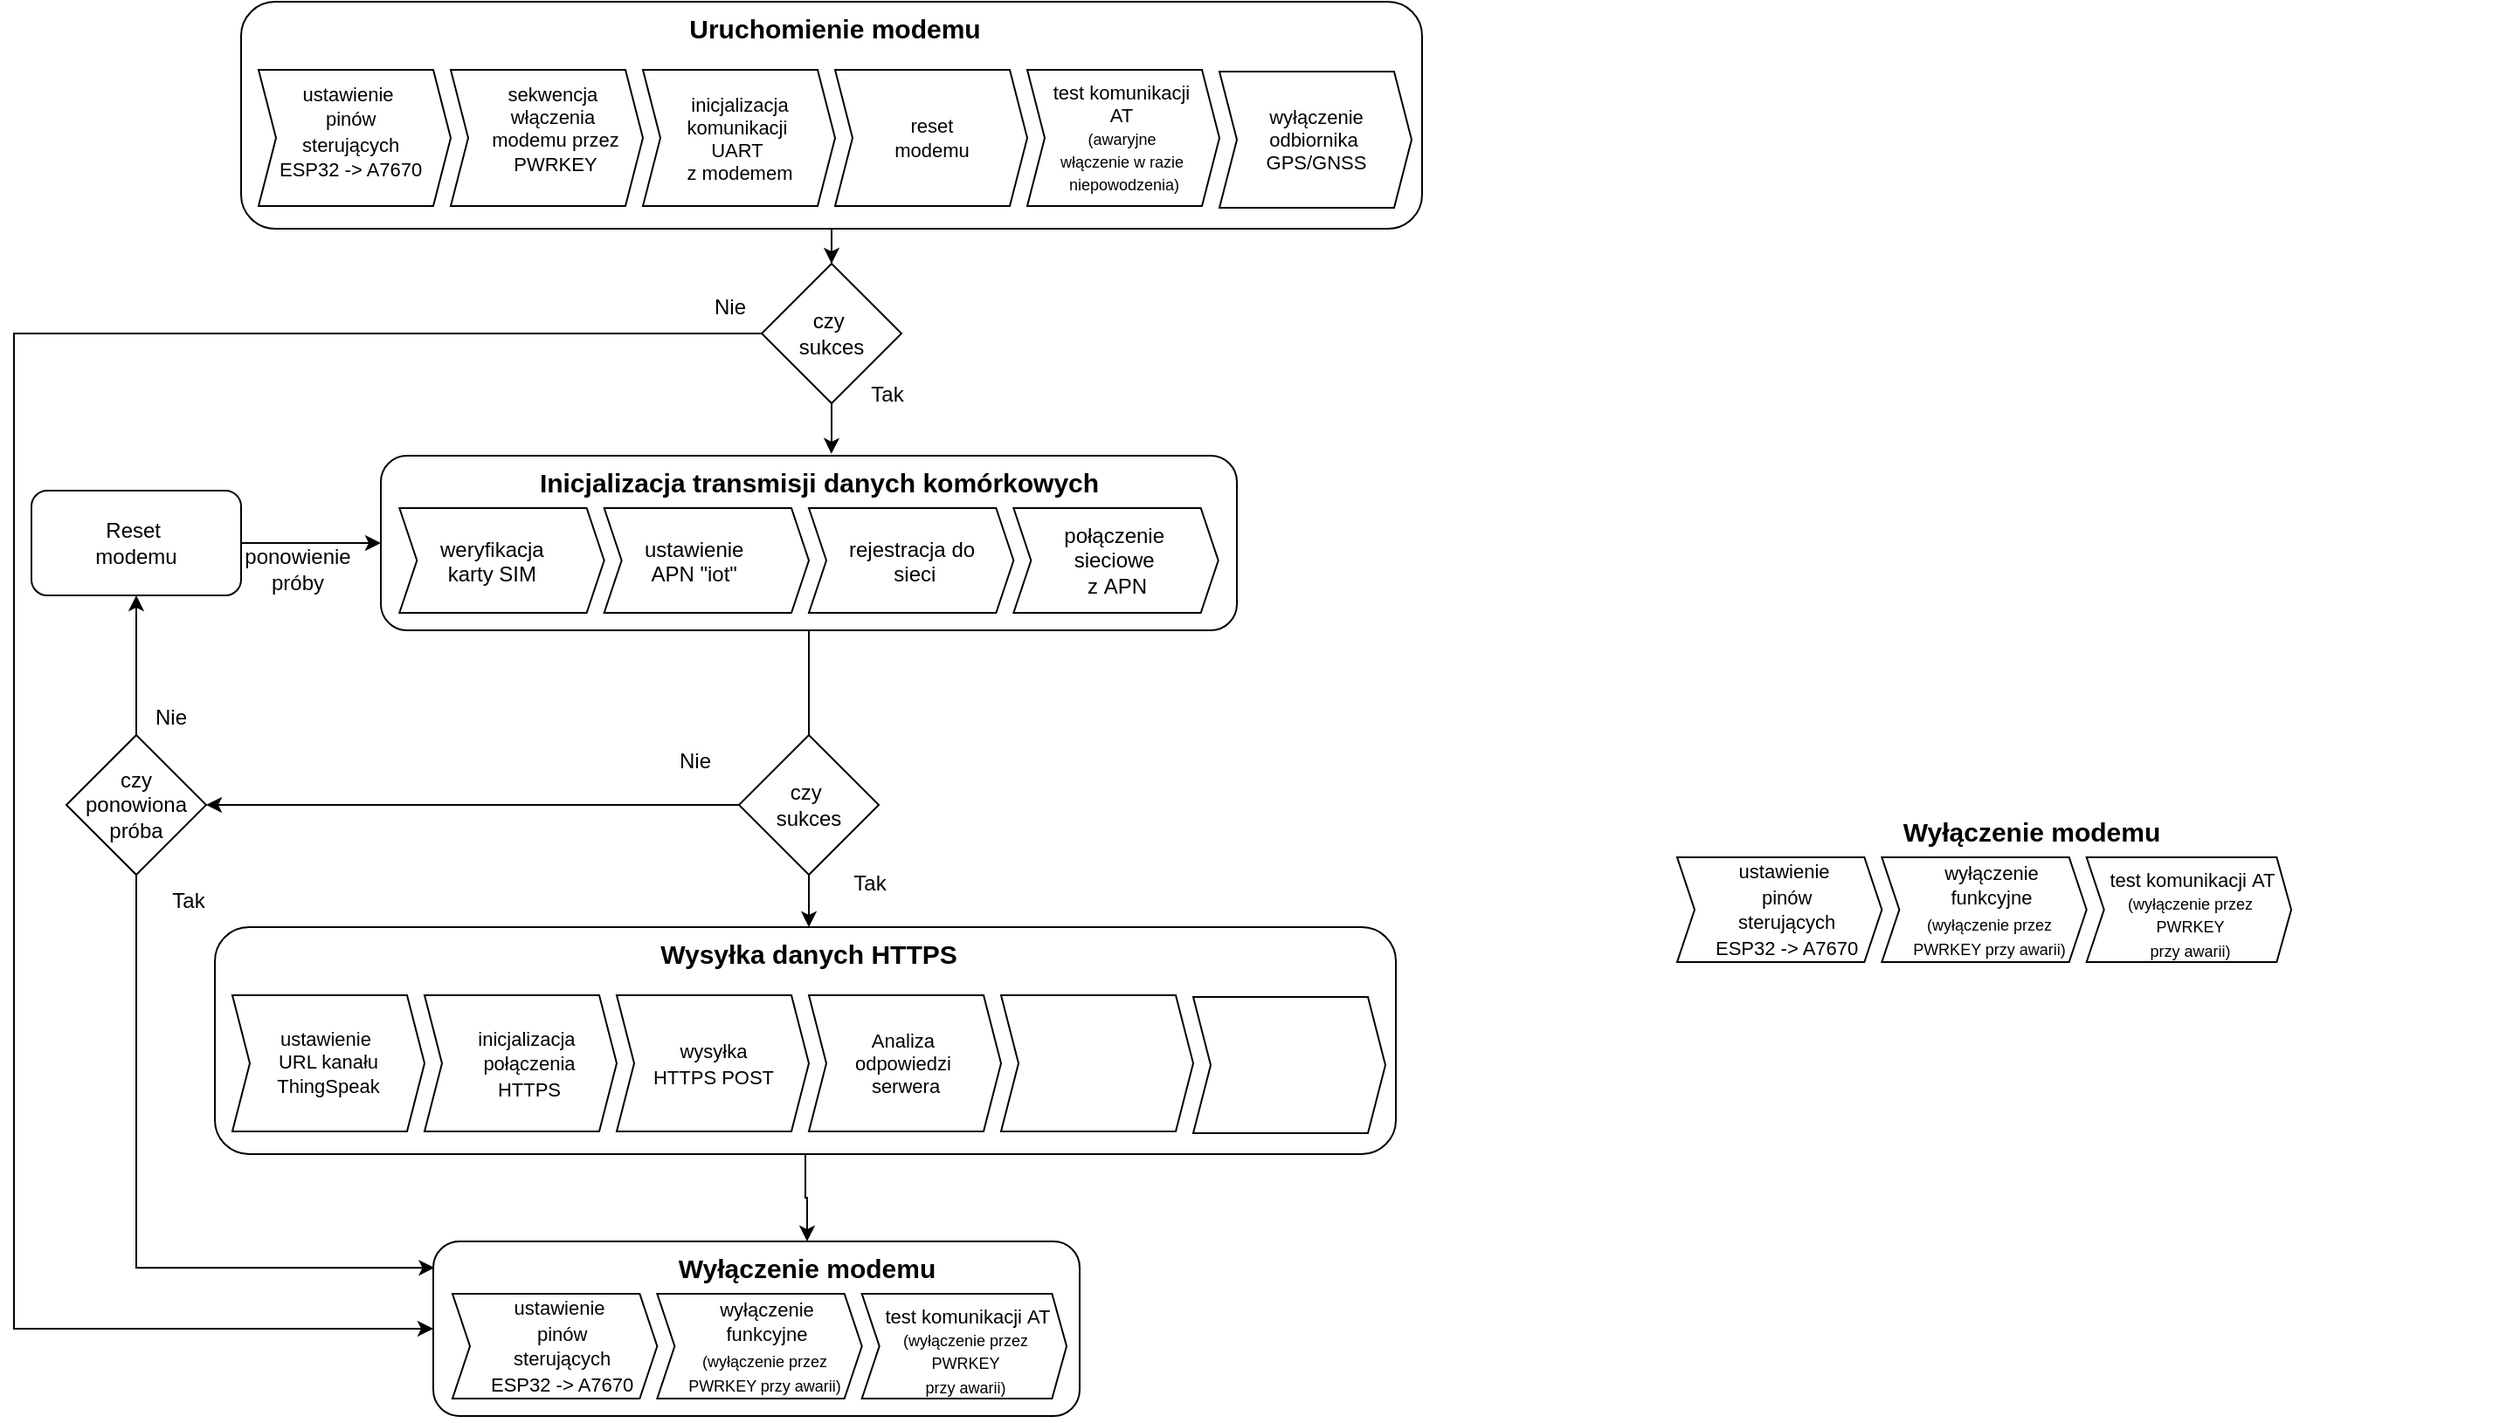
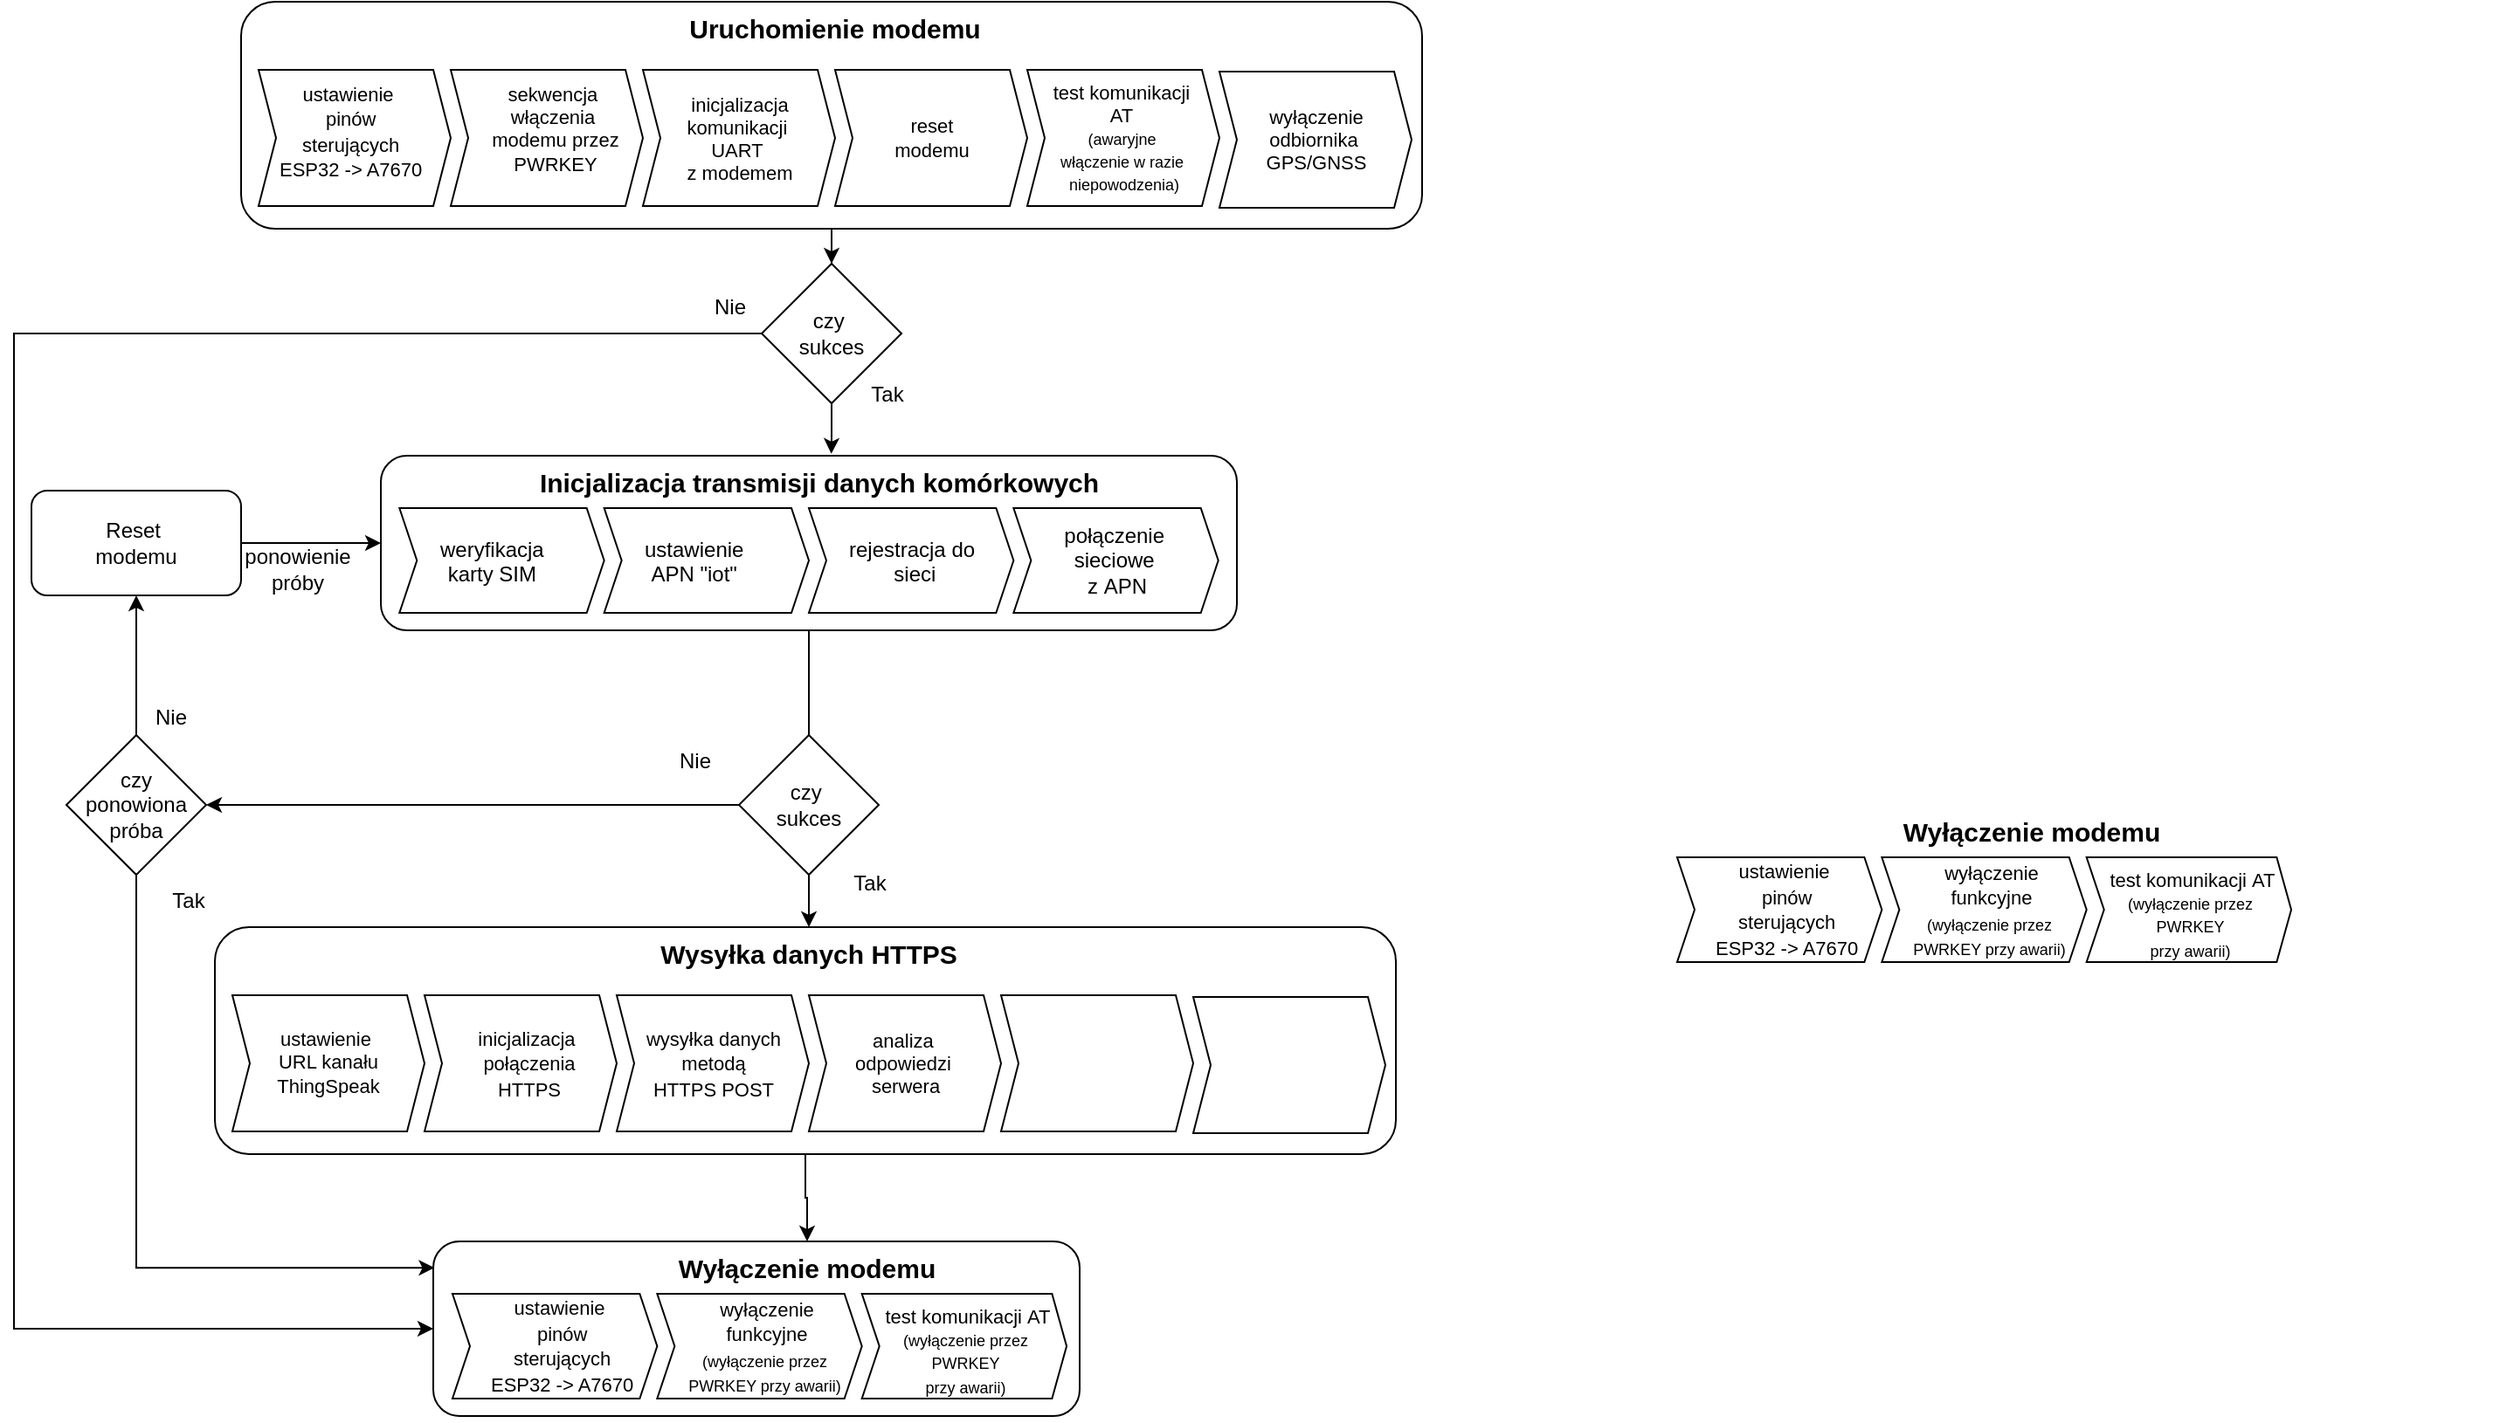
<mxfile host="app.diagrams.net">
  <diagram name="Strona-1" id="qUiWrLwNQSNPpPlMcjFA">
    <mxGraphModel dx="913" dy="1979" grid="1" gridSize="10" guides="1" tooltips="1" connect="1" arrows="1" fold="1" page="1" pageScale="1" pageWidth="827" pageHeight="1169" math="0" shadow="0">
      <root>
        <mxCell id="0" />
        <mxCell id="1" parent="0" />
        <mxCell id="zzqq1YDTvUKB0URQ00NY-44" connectable="0" parent="1" style="group" value="" vertex="1">
          <mxGeometry height="100" width="490.6521739130435" x="650" y="110" as="geometry" />
        </mxCell>
        <mxCell id="zzqq1YDTvUKB0URQ00NY-41" parent="zzqq1YDTvUKB0URQ00NY-44" style="rounded=1;whiteSpace=wrap;html=1;fillColor=none;" value="" vertex="1">
          <mxGeometry height="100" width="490.0000000000001" as="geometry" />
        </mxCell>
        <mxCell id="zzqq1YDTvUKB0URQ00NY-43" connectable="0" parent="zzqq1YDTvUKB0URQ00NY-44" style="group" value="" vertex="1">
          <mxGeometry height="90" width="480" x="10.65217391304348" as="geometry" />
        </mxCell>
        <mxCell id="zzqq1YDTvUKB0URQ00NY-32" parent="zzqq1YDTvUKB0URQ00NY-43" style="html=1;shadow=0;dashed=0;align=center;verticalAlign=middle;shape=mxgraph.arrows2.arrow;dy=0;dx=10;notch=10;" value="" vertex="1">
          <mxGeometry height="60" width="117.17391304347828" y="30" as="geometry" />
        </mxCell>
        <mxCell id="zzqq1YDTvUKB0URQ00NY-34" parent="zzqq1YDTvUKB0URQ00NY-43" style="text;whiteSpace=wrap;html=1;" value="&lt;span style=&quot;caret-color: rgb(0, 0, 0); color: rgb(0, 0, 0); font-family: Helvetica; font-size: 12.000001px; font-style: normal; font-variant-caps: normal; font-weight: 400; letter-spacing: normal; orphans: 2; text-align: center; text-indent: 0px; text-transform: none; white-space: nowrap; widows: 2; word-spacing: 0px; -webkit-text-stroke-width: 0px; text-decoration-line: none; text-decoration-thickness: auto; text-decoration-style: solid;&quot;&gt;weryfikacja&lt;/span&gt;&lt;div style=&quot;caret-color: rgb(0, 0, 0); color: rgb(0, 0, 0); font-family: Helvetica; font-size: 12.000001px; font-style: normal; font-variant-caps: normal; font-weight: 400; letter-spacing: normal; orphans: 2; text-align: center; text-indent: 0px; text-transform: none; white-space: nowrap; widows: 2; word-spacing: 0px; -webkit-text-stroke-width: 0px; text-decoration-line: none; text-decoration-thickness: auto; text-decoration-style: solid;&quot;&gt;karty SIM&lt;/div&gt;" vertex="1">
          <mxGeometry height="50" width="95.86956521739131" x="21.30434782608696" y="40" as="geometry" />
        </mxCell>
        <mxCell id="zzqq1YDTvUKB0URQ00NY-35" parent="zzqq1YDTvUKB0URQ00NY-43" style="html=1;shadow=0;dashed=0;align=center;verticalAlign=middle;shape=mxgraph.arrows2.arrow;dy=0;dx=10;notch=10;" value="" vertex="1">
          <mxGeometry height="60" width="117.17391304347828" x="117.17391304347828" y="30" as="geometry" />
        </mxCell>
        <mxCell id="zzqq1YDTvUKB0URQ00NY-36" parent="zzqq1YDTvUKB0URQ00NY-43" style="text;whiteSpace=wrap;html=1;" value="&lt;div style=&quot;text-align: center;&quot;&gt;&lt;span style=&quot;font-size: 12px; caret-color: rgb(0, 0, 0); text-wrap-mode: nowrap;&quot;&gt;&lt;font color=&quot;#000000&quot;&gt;ustawienie&lt;/font&gt;&lt;/span&gt;&lt;/div&gt;&lt;div style=&quot;text-align: center;&quot;&gt;&lt;span style=&quot;font-size: 12px; caret-color: rgb(0, 0, 0); text-wrap-mode: nowrap;&quot;&gt;&lt;font color=&quot;#000000&quot;&gt;APN&amp;nbsp;&lt;/font&gt;&lt;/span&gt;&lt;span style=&quot;font-size: 12px; white-space: nowrap;&quot;&gt;&quot;iot&quot;&lt;/span&gt;&lt;/div&gt;" vertex="1">
          <mxGeometry height="50" width="95.86956521739131" x="138.47826086956525" y="40" as="geometry" />
        </mxCell>
        <mxCell id="zzqq1YDTvUKB0URQ00NY-37" parent="zzqq1YDTvUKB0URQ00NY-43" style="html=1;shadow=0;dashed=0;align=center;verticalAlign=middle;shape=mxgraph.arrows2.arrow;dy=0;dx=10;notch=10;" value="" vertex="1">
          <mxGeometry height="60" width="117.17391304347828" x="234.34782608695656" y="30" as="geometry" />
        </mxCell>
        <mxCell id="zzqq1YDTvUKB0URQ00NY-38" parent="zzqq1YDTvUKB0URQ00NY-43" style="text;whiteSpace=wrap;html=1;" value="&lt;div style=&quot;text-align: center;&quot;&gt;&lt;span style=&quot;caret-color: rgb(0, 0, 0); text-wrap-mode: nowrap;&quot;&gt;rejestracja do&amp;nbsp;&lt;/span&gt;&lt;/div&gt;&lt;div style=&quot;text-align: center;&quot;&gt;&lt;span style=&quot;caret-color: rgb(0, 0, 0); text-wrap-mode: nowrap;&quot;&gt;sieci&lt;/span&gt;&lt;/div&gt;" vertex="1">
          <mxGeometry height="50" width="95.86956521739131" x="255.6521739130435" y="40" as="geometry" />
        </mxCell>
        <mxCell id="zzqq1YDTvUKB0URQ00NY-39" parent="zzqq1YDTvUKB0URQ00NY-43" style="html=1;shadow=0;dashed=0;align=center;verticalAlign=middle;shape=mxgraph.arrows2.arrow;dy=0;dx=10;notch=10;" value="połączenie&amp;nbsp;&lt;div&gt;sieciowe&amp;nbsp;&lt;/div&gt;&lt;div&gt;z&amp;nbsp;&lt;span style=&quot;font-size: 12px;&quot;&gt;APN&lt;/span&gt;&lt;/div&gt;" vertex="1">
          <mxGeometry height="60" width="117.17391304347828" x="351.52173913043487" y="30" as="geometry" />
        </mxCell>
        <mxCell id="zzqq1YDTvUKB0URQ00NY-42" parent="zzqq1YDTvUKB0URQ00NY-43" style="text;whiteSpace=wrap;html=1;align=center;" value="&lt;div style=&quot;&quot;&gt;&lt;span style=&quot;&quot;&gt;&lt;b&gt;&lt;font style=&quot;font-size: 15px;&quot;&gt;Inicjalizacja transmisji danych komórkowych&lt;/font&gt;&lt;/b&gt;&lt;/span&gt;&lt;br&gt;&lt;/div&gt;" vertex="1">
          <mxGeometry height="50" width="480" as="geometry" />
        </mxCell>
        <mxCell id="zzqq1YDTvUKB0URQ00NY-64" connectable="0" parent="1" style="group" value="" vertex="1">
          <mxGeometry height="130" width="680" x="570" y="-150" as="geometry" />
        </mxCell>
        <mxCell id="zzqq1YDTvUKB0URQ00NY-47" parent="zzqq1YDTvUKB0URQ00NY-64" style="rounded=1;whiteSpace=wrap;html=1;fillColor=none;" value="" vertex="1">
          <mxGeometry height="130" width="676" as="geometry" />
        </mxCell>
        <mxCell id="zzqq1YDTvUKB0URQ00NY-63" connectable="0" parent="zzqq1YDTvUKB0URQ00NY-64" style="group" value="" vertex="1">
          <mxGeometry height="118" width="670" x="10" as="geometry" />
        </mxCell>
        <mxCell id="zzqq1YDTvUKB0URQ00NY-48" connectable="0" parent="zzqq1YDTvUKB0URQ00NY-63" style="group" value="" vertex="1">
          <mxGeometry height="117" width="670" as="geometry" />
        </mxCell>
        <mxCell id="zzqq1YDTvUKB0URQ00NY-49" parent="zzqq1YDTvUKB0URQ00NY-48" style="html=1;shadow=0;dashed=0;align=center;verticalAlign=middle;shape=mxgraph.arrows2.arrow;dy=0;dx=10;notch=10;" value="" vertex="1">
          <mxGeometry height="78" width="110" y="39" as="geometry" />
        </mxCell>
        <mxCell id="zzqq1YDTvUKB0URQ00NY-51" parent="zzqq1YDTvUKB0URQ00NY-48" style="html=1;shadow=0;dashed=0;align=center;verticalAlign=middle;shape=mxgraph.arrows2.arrow;dy=0;dx=10;notch=10;" value="" vertex="1">
          <mxGeometry height="78" width="110" x="110" y="39" as="geometry" />
        </mxCell>
        <mxCell id="zzqq1YDTvUKB0URQ00NY-52" parent="zzqq1YDTvUKB0URQ00NY-48" style="text;whiteSpace=wrap;html=1;fontSize=11;align=center;" value="&lt;div style=&quot;&quot;&gt;&lt;span style=&quot;caret-color: rgb(0, 0, 0); text-wrap-mode: nowrap;&quot;&gt;sekwencja&amp;nbsp;&lt;/span&gt;&lt;/div&gt;&lt;div style=&quot;&quot;&gt;&lt;span style=&quot;caret-color: rgb(0, 0, 0); text-wrap-mode: nowrap;&quot;&gt;włączenia&amp;nbsp;&lt;/span&gt;&lt;/div&gt;&lt;div style=&quot;&quot;&gt;&lt;span style=&quot;caret-color: rgb(0, 0, 0); text-wrap-mode: nowrap;&quot;&gt;modemu przez&lt;/span&gt;&lt;/div&gt;&lt;div style=&quot;&quot;&gt;&lt;span style=&quot;caret-color: rgb(0, 0, 0); text-wrap-mode: nowrap;&quot;&gt;PWRKEY&lt;/span&gt;&lt;/div&gt;&lt;div style=&quot;&quot;&gt;&lt;span style=&quot;caret-color: rgb(0, 0, 0); text-wrap-mode: nowrap;&quot;&gt;&lt;br&gt;&lt;/span&gt;&lt;/div&gt;&lt;div style=&quot;&quot;&gt;&lt;br&gt;&lt;/div&gt;" vertex="1">
          <mxGeometry height="77" width="120" x="110" y="40" as="geometry" />
        </mxCell>
        <mxCell id="zzqq1YDTvUKB0URQ00NY-53" parent="zzqq1YDTvUKB0URQ00NY-48" style="html=1;shadow=0;dashed=0;align=center;verticalAlign=middle;shape=mxgraph.arrows2.arrow;dy=0;dx=10;notch=10;" value="&lt;span style=&quot;font-size: 11px; float: none; display: inline !important; caret-color: rgb(0, 0, 0); color: rgb(0, 0, 0); text-decoration-color: currentcolor;&quot;&gt;inicjalizacja&lt;/span&gt;&lt;div style=&quot;font-size: 11px; white-space: normal; caret-color: rgb(0, 0, 0); color: rgb(0, 0, 0);&quot;&gt;&lt;span style=&quot;text-wrap-mode: nowrap;&quot;&gt;komunikacji&amp;nbsp;&lt;/span&gt;&lt;/div&gt;&lt;div style=&quot;font-size: 11px; white-space: normal; caret-color: rgb(0, 0, 0); color: rgb(0, 0, 0);&quot;&gt;&lt;span style=&quot;text-wrap-mode: nowrap;&quot;&gt;UART&amp;nbsp;&lt;/span&gt;&lt;/div&gt;&lt;div style=&quot;font-size: 11px; white-space: normal; caret-color: rgb(0, 0, 0); color: rgb(0, 0, 0);&quot;&gt;&lt;span style=&quot;text-wrap-mode: nowrap;&quot;&gt;z modemem&lt;/span&gt;&lt;/div&gt;" vertex="1">
          <mxGeometry height="78" width="110" x="220" y="39" as="geometry" />
        </mxCell>
        <mxCell id="zzqq1YDTvUKB0URQ00NY-55" parent="zzqq1YDTvUKB0URQ00NY-48" style="html=1;shadow=0;dashed=0;align=center;verticalAlign=middle;shape=mxgraph.arrows2.arrow;dy=0;dx=10;notch=10;fontSize=11;labelBackgroundColor=none;" value="reset&lt;div&gt;modemu&lt;/div&gt;" vertex="1">
          <mxGeometry height="78" width="110" x="330" y="39" as="geometry" />
        </mxCell>
        <mxCell id="zzqq1YDTvUKB0URQ00NY-56" parent="zzqq1YDTvUKB0URQ00NY-48" style="text;whiteSpace=wrap;html=1;align=center;" value="&lt;div style=&quot;&quot;&gt;&lt;b&gt;&lt;font style=&quot;font-size: 15px;&quot;&gt;Uruchomienie modemu&lt;/font&gt;&lt;/b&gt;&lt;/div&gt;" vertex="1">
          <mxGeometry height="65" width="680" x="-10" as="geometry" />
        </mxCell>
        <mxCell id="zzqq1YDTvUKB0URQ00NY-50" parent="zzqq1YDTvUKB0URQ00NY-48" style="text;whiteSpace=wrap;html=1;" value="&lt;div style=&quot;text-align: center;&quot;&gt;&lt;span style=&quot;text-wrap-mode: nowrap;&quot;&gt;&lt;font style=&quot;font-size: 11px;&quot;&gt;ustawienie&amp;nbsp;&lt;/font&gt;&lt;/span&gt;&lt;/div&gt;&lt;div style=&quot;text-align: center;&quot;&gt;&lt;span style=&quot;text-wrap-mode: nowrap;&quot;&gt;&lt;font style=&quot;font-size: 11px;&quot;&gt;pinów&lt;/font&gt;&lt;/span&gt;&lt;/div&gt;&lt;div style=&quot;text-align: center;&quot;&gt;&lt;span style=&quot;text-wrap-mode: nowrap;&quot;&gt;&lt;font style=&quot;font-size: 11px;&quot;&gt;&amp;nbsp;sterujących&amp;nbsp;&lt;/font&gt;&lt;/span&gt;&lt;/div&gt;&lt;div style=&quot;text-align: center;&quot;&gt;&lt;span style=&quot;font-size: 11px; text-wrap-mode: nowrap;&quot;&gt;ESP32 -&amp;gt; A7670&lt;/span&gt;&lt;/div&gt;&lt;div style=&quot;text-align: center;&quot;&gt;&lt;span style=&quot;text-wrap-mode: nowrap;&quot;&gt;&lt;br&gt;&lt;/span&gt;&lt;/div&gt;" vertex="1">
          <mxGeometry height="65" width="90" x="10" y="39" as="geometry" />
        </mxCell>
        <mxCell id="zzqq1YDTvUKB0URQ00NY-58" parent="zzqq1YDTvUKB0URQ00NY-63" style="html=1;shadow=0;dashed=0;align=center;verticalAlign=middle;shape=mxgraph.arrows2.arrow;dy=0;dx=10;notch=10;fontSize=11;" value="test komunikacji&amp;nbsp;&lt;div&gt;AT&amp;nbsp;&lt;div&gt;&lt;font style=&quot;font-size: 9px;&quot;&gt;(awaryjne&amp;nbsp;&lt;/font&gt;&lt;/div&gt;&lt;div&gt;&lt;font style=&quot;font-size: 9px;&quot;&gt;włączenie w razie&amp;nbsp;&lt;/font&gt;&lt;/div&gt;&lt;div&gt;&lt;font style=&quot;font-size: 9px;&quot;&gt;niepowodzenia)&lt;/font&gt;&lt;/div&gt;&lt;/div&gt;" vertex="1">
          <mxGeometry height="78" width="110" x="440" y="39" as="geometry" />
        </mxCell>
        <mxCell id="zzqq1YDTvUKB0URQ00NY-59" parent="zzqq1YDTvUKB0URQ00NY-63" style="html=1;shadow=0;dashed=0;align=center;verticalAlign=middle;shape=mxgraph.arrows2.arrow;dy=0;dx=10;notch=10;fontSize=11;" value="wyłączenie&lt;div&gt;odbiornika&amp;nbsp;&lt;/div&gt;&lt;div&gt;GPS/GNSS&lt;/div&gt;" vertex="1">
          <mxGeometry height="78" width="110" x="550" y="40" as="geometry" />
        </mxCell>
        <mxCell id="zzqq1YDTvUKB0URQ00NY-69" edge="1" parent="1" source="zzqq1YDTvUKB0URQ00NY-65" style="edgeStyle=orthogonalEdgeStyle;rounded=0;orthogonalLoop=1;jettySize=auto;html=1;fontSize=13;entryX=0.515;entryY=-0.022;entryDx=0;entryDy=0;entryPerimeter=0;" target="zzqq1YDTvUKB0URQ00NY-42" value="">
          <mxGeometry relative="1" as="geometry" />
        </mxCell>
        <mxCell id="zzqq1YDTvUKB0URQ00NY-126" edge="1" parent="1" source="zzqq1YDTvUKB0URQ00NY-65" style="edgeStyle=orthogonalEdgeStyle;rounded=0;orthogonalLoop=1;jettySize=auto;html=1;entryX=0;entryY=0.5;entryDx=0;entryDy=0;" target="zzqq1YDTvUKB0URQ00NY-73">
          <mxGeometry relative="1" as="geometry">
            <Array as="points">
              <mxPoint x="440" y="40" />
              <mxPoint x="440" y="610" />
            </Array>
            <mxPoint x="430" y="730" as="targetPoint" />
          </mxGeometry>
        </mxCell>
        <mxCell id="zzqq1YDTvUKB0URQ00NY-65" parent="1" style="rhombus;whiteSpace=wrap;html=1;" value="czy&amp;nbsp;&lt;div&gt;sukces&lt;/div&gt;" vertex="1">
          <mxGeometry height="80" width="80" x="868" as="geometry" />
        </mxCell>
        <mxCell id="zzqq1YDTvUKB0URQ00NY-66" parent="1" style="text;html=1;whiteSpace=wrap;strokeColor=none;fillColor=none;align=center;verticalAlign=middle;rounded=0;" value="Nie" vertex="1">
          <mxGeometry height="30" width="60" x="820" y="10" as="geometry" />
        </mxCell>
        <mxCell id="zzqq1YDTvUKB0URQ00NY-94" parent="1" style="text;html=1;whiteSpace=wrap;strokeColor=none;fillColor=none;align=center;verticalAlign=middle;rounded=0;" value="Tak" vertex="1">
          <mxGeometry height="30" width="60" x="910" y="60" as="geometry" />
        </mxCell>
        <mxCell id="zzqq1YDTvUKB0URQ00NY-95" connectable="0" parent="1" style="group" value="" vertex="1">
          <mxGeometry height="140" width="680" x="555" y="380" as="geometry" />
        </mxCell>
        <mxCell id="zzqq1YDTvUKB0URQ00NY-96" parent="zzqq1YDTvUKB0URQ00NY-95" style="rounded=1;whiteSpace=wrap;html=1;fillColor=none;" value="" vertex="1">
          <mxGeometry height="130" width="676" as="geometry" />
        </mxCell>
        <mxCell id="zzqq1YDTvUKB0URQ00NY-97" connectable="0" parent="zzqq1YDTvUKB0URQ00NY-95" style="group" value="" vertex="1">
          <mxGeometry height="140" width="670" x="10" as="geometry" />
        </mxCell>
        <mxCell id="zzqq1YDTvUKB0URQ00NY-98" connectable="0" parent="zzqq1YDTvUKB0URQ00NY-97" style="group" value="" vertex="1">
          <mxGeometry height="140" width="670" as="geometry" />
        </mxCell>
        <mxCell id="zzqq1YDTvUKB0URQ00NY-99" parent="zzqq1YDTvUKB0URQ00NY-98" style="html=1;shadow=0;dashed=0;align=center;verticalAlign=middle;shape=mxgraph.arrows2.arrow;dy=0;dx=10;notch=10;" value="" vertex="1">
          <mxGeometry height="78" width="110" y="39" as="geometry" />
        </mxCell>
        <mxCell id="zzqq1YDTvUKB0URQ00NY-100" parent="zzqq1YDTvUKB0URQ00NY-98" style="html=1;shadow=0;dashed=0;align=center;verticalAlign=middle;shape=mxgraph.arrows2.arrow;dy=0;dx=10;notch=10;" value="" vertex="1">
          <mxGeometry height="78" width="110" x="110" y="39" as="geometry" />
        </mxCell>
        <mxCell id="zzqq1YDTvUKB0URQ00NY-101" parent="zzqq1YDTvUKB0URQ00NY-98" style="text;whiteSpace=wrap;html=1;fontSize=11;align=center;" value="&lt;div style=&quot;&quot;&gt;&lt;div style=&quot;font-size: 12.000001px;&quot;&gt;&lt;span style=&quot;font-size: 11px; text-wrap-mode: nowrap;&quot;&gt;inicjalizacja&lt;/span&gt;&lt;span style=&quot;font-size: 11px; white-space: nowrap;&quot;&gt;&amp;nbsp;&lt;/span&gt;&lt;/div&gt;&lt;div style=&quot;font-size: 12.000001px;&quot;&gt;&lt;span style=&quot;font-size: 11px; white-space: nowrap;&quot;&gt;połączenia&lt;/span&gt;&lt;/div&gt;&lt;div style=&quot;font-size: 12.000001px;&quot;&gt;&lt;span style=&quot;font-size: 11px; white-space: nowrap;&quot;&gt;HTTPS&lt;/span&gt;&lt;/div&gt;&lt;/div&gt;" vertex="1">
          <mxGeometry height="90" width="120" x="110" y="50" as="geometry" />
        </mxCell>
-         <mxCell id="zzqq1YDTvUKB0URQ00NY-102" parent="zzqq1YDTvUKB0URQ00NY-98" style="html=1;shadow=0;dashed=0;align=center;verticalAlign=middle;shape=mxgraph.arrows2.arrow;dy=0;dx=10;notch=10;" value="&lt;font color=&quot;#000000&quot;&gt;&lt;span style=&quot;caret-color: rgb(0, 0, 0); font-size: 11px;&quot;&gt;wysyłka&lt;/span&gt;&lt;/font&gt;&lt;div&gt;&lt;font color=&quot;#000000&quot;&gt;&lt;span style=&quot;caret-color: rgb(0, 0, 0); font-size: 11px;&quot;&gt;HTTPS POST&lt;/span&gt;&lt;/font&gt;&lt;/div&gt;" vertex="1">
+         <mxCell id="zzqq1YDTvUKB0URQ00NY-102" parent="zzqq1YDTvUKB0URQ00NY-98" style="html=1;shadow=0;dashed=0;align=center;verticalAlign=middle;shape=mxgraph.arrows2.arrow;dy=0;dx=10;notch=10;" value="&lt;font color=&quot;#000000&quot;&gt;&lt;span style=&quot;caret-color: rgb(0, 0, 0); font-size: 11px;&quot;&gt;wysyłka danych&lt;/span&gt;&lt;/font&gt;&lt;div&gt;&lt;span style=&quot;caret-color: rgb(0, 0, 0); font-size: 11px;&quot;&gt;metodą&lt;br&gt;&lt;/span&gt;&lt;div&gt;&lt;font color=&quot;#000000&quot;&gt;&lt;span style=&quot;caret-color: rgb(0, 0, 0); font-size: 11px;&quot;&gt;HTTPS POST&lt;/span&gt;&lt;/font&gt;&lt;/div&gt;&lt;/div&gt;" vertex="1">
          <mxGeometry height="78" width="110" x="220" y="39" as="geometry" />
        </mxCell>
-         <mxCell id="zzqq1YDTvUKB0URQ00NY-103" parent="zzqq1YDTvUKB0URQ00NY-98" style="html=1;shadow=0;dashed=0;align=center;verticalAlign=middle;shape=mxgraph.arrows2.arrow;dy=0;dx=10;notch=10;fontSize=11;labelBackgroundColor=none;" value="Analiza&amp;nbsp;&lt;div&gt;odpowiedzi&amp;nbsp;&lt;/div&gt;&lt;div&gt;serwera&lt;/div&gt;" vertex="1">
+         <mxCell id="zzqq1YDTvUKB0URQ00NY-103" parent="zzqq1YDTvUKB0URQ00NY-98" style="html=1;shadow=0;dashed=0;align=center;verticalAlign=middle;shape=mxgraph.arrows2.arrow;dy=0;dx=10;notch=10;fontSize=11;labelBackgroundColor=none;" value="analiza&amp;nbsp;&lt;div&gt;odpowiedzi&amp;nbsp;&lt;/div&gt;&lt;div&gt;serwera&lt;/div&gt;" vertex="1">
          <mxGeometry height="78" width="110" x="330" y="39" as="geometry" />
        </mxCell>
        <mxCell id="zzqq1YDTvUKB0URQ00NY-104" parent="zzqq1YDTvUKB0URQ00NY-98" style="text;whiteSpace=wrap;html=1;align=center;" value="&lt;div style=&quot;&quot;&gt;&lt;b&gt;&lt;font style=&quot;font-size: 15px;&quot;&gt;Wysyłka danych HTTPS&lt;/font&gt;&lt;/b&gt;&lt;/div&gt;" vertex="1">
          <mxGeometry height="65" width="680" x="-10" as="geometry" />
        </mxCell>
        <mxCell id="zzqq1YDTvUKB0URQ00NY-105" parent="zzqq1YDTvUKB0URQ00NY-98" style="text;whiteSpace=wrap;html=1;align=center;" value="&lt;div style=&quot;&quot;&gt;&lt;span style=&quot;font-size: 11px; white-space: nowrap;&quot;&gt;ustawienie&amp;nbsp;&lt;/span&gt;&lt;br&gt;&lt;/div&gt;&lt;div style=&quot;font-size: 11px;&quot;&gt;&lt;span style=&quot;white-space: nowrap;&quot;&gt;URL kanału&lt;/span&gt;&lt;br&gt;&lt;/div&gt;&lt;div style=&quot;font-size: 11px;&quot;&gt;&lt;span style=&quot;white-space: nowrap;&quot;&gt;ThingSpeak&lt;/span&gt;&lt;/div&gt;" vertex="1">
          <mxGeometry height="70" width="150" x="-20" y="50" as="geometry" />
        </mxCell>
        <mxCell id="zzqq1YDTvUKB0URQ00NY-106" parent="zzqq1YDTvUKB0URQ00NY-97" style="html=1;shadow=0;dashed=0;align=center;verticalAlign=middle;shape=mxgraph.arrows2.arrow;dy=0;dx=10;notch=10;fontSize=11;" value="" vertex="1">
          <mxGeometry height="78" width="110" x="440" y="39" as="geometry" />
        </mxCell>
        <mxCell id="zzqq1YDTvUKB0URQ00NY-107" parent="zzqq1YDTvUKB0URQ00NY-97" style="html=1;shadow=0;dashed=0;align=center;verticalAlign=middle;shape=mxgraph.arrows2.arrow;dy=0;dx=10;notch=10;fontSize=11;" value="" vertex="1">
          <mxGeometry height="78" width="110" x="550" y="40" as="geometry" />
        </mxCell>
        <mxCell id="zzqq1YDTvUKB0URQ00NY-108" edge="1" parent="1" source="zzqq1YDTvUKB0URQ00NY-41" style="edgeStyle=orthogonalEdgeStyle;rounded=0;orthogonalLoop=1;jettySize=auto;html=1;entryX=0.5;entryY=0;entryDx=0;entryDy=0;exitX=0.5;exitY=1;exitDx=0;exitDy=0;" target="zzqq1YDTvUKB0URQ00NY-104">
          <mxGeometry relative="1" as="geometry" />
        </mxCell>
        <mxCell id="zzqq1YDTvUKB0URQ00NY-119" edge="1" parent="1" source="zzqq1YDTvUKB0URQ00NY-109" style="edgeStyle=orthogonalEdgeStyle;rounded=0;orthogonalLoop=1;jettySize=auto;html=1;" target="zzqq1YDTvUKB0URQ00NY-115">
          <mxGeometry relative="1" as="geometry" />
        </mxCell>
        <mxCell id="zzqq1YDTvUKB0URQ00NY-109" parent="1" style="rhombus;whiteSpace=wrap;html=1;" value="czy&amp;nbsp;&lt;div&gt;sukces&lt;/div&gt;" vertex="1">
          <mxGeometry height="80" width="80" x="855" y="270" as="geometry" />
        </mxCell>
        <mxCell id="zzqq1YDTvUKB0URQ00NY-110" parent="1" style="text;html=1;whiteSpace=wrap;strokeColor=none;fillColor=none;align=center;verticalAlign=middle;rounded=0;" value="Tak" vertex="1">
          <mxGeometry height="30" width="60" x="900" y="340" as="geometry" />
        </mxCell>
        <mxCell id="zzqq1YDTvUKB0URQ00NY-111" parent="1" style="text;html=1;whiteSpace=wrap;strokeColor=none;fillColor=none;align=center;verticalAlign=middle;rounded=0;" value="Nie" vertex="1">
          <mxGeometry height="30" width="60" x="800" y="270" as="geometry" />
        </mxCell>
        <mxCell id="zzqq1YDTvUKB0URQ00NY-121" edge="1" parent="1" source="zzqq1YDTvUKB0URQ00NY-113" style="edgeStyle=orthogonalEdgeStyle;rounded=0;orthogonalLoop=1;jettySize=auto;html=1;entryX=0;entryY=0.5;entryDx=0;entryDy=0;" target="zzqq1YDTvUKB0URQ00NY-41" value="">
          <mxGeometry relative="1" as="geometry" />
        </mxCell>
        <mxCell id="zzqq1YDTvUKB0URQ00NY-113" parent="1" style="rounded=1;whiteSpace=wrap;html=1;" value="Reset&amp;nbsp;&lt;div&gt;modemu&lt;/div&gt;" vertex="1">
          <mxGeometry height="60" width="120" x="450" y="130" as="geometry" />
        </mxCell>
        <mxCell id="zzqq1YDTvUKB0URQ00NY-114" edge="1" parent="1" source="zzqq1YDTvUKB0URQ00NY-115" style="edgeStyle=orthogonalEdgeStyle;rounded=0;orthogonalLoop=1;jettySize=auto;html=1;" target="zzqq1YDTvUKB0URQ00NY-113" value="">
          <mxGeometry relative="1" as="geometry" />
        </mxCell>
        <mxCell id="zzqq1YDTvUKB0URQ00NY-122" edge="1" parent="1" source="zzqq1YDTvUKB0URQ00NY-115" style="edgeStyle=orthogonalEdgeStyle;rounded=0;orthogonalLoop=1;jettySize=auto;html=1;entryX=0.002;entryY=0.151;entryDx=0;entryDy=0;entryPerimeter=0;" target="zzqq1YDTvUKB0URQ00NY-73">
          <mxGeometry relative="1" as="geometry">
            <Array as="points">
              <mxPoint x="510" y="575" />
            </Array>
          </mxGeometry>
        </mxCell>
        <mxCell id="zzqq1YDTvUKB0URQ00NY-115" parent="1" style="rhombus;whiteSpace=wrap;html=1;" value="czy ponowiona próba" vertex="1">
          <mxGeometry height="80" width="80" x="470" y="270" as="geometry" />
        </mxCell>
        <mxCell id="zzqq1YDTvUKB0URQ00NY-116" parent="1" style="text;html=1;whiteSpace=wrap;strokeColor=none;fillColor=none;align=center;verticalAlign=middle;rounded=0;" value="Nie" vertex="1">
          <mxGeometry height="30" width="60" x="500" y="245" as="geometry" />
        </mxCell>
        <mxCell id="zzqq1YDTvUKB0URQ00NY-117" parent="1" style="text;html=1;whiteSpace=wrap;strokeColor=none;fillColor=none;align=center;verticalAlign=middle;rounded=0;" value="Tak" vertex="1">
          <mxGeometry height="30" width="60" x="510" y="350" as="geometry" />
        </mxCell>
        <mxCell id="zzqq1YDTvUKB0URQ00NY-120" parent="1" style="text;html=1;whiteSpace=wrap;strokeColor=none;fillColor=none;align=center;verticalAlign=middle;rounded=0;" value="ponowienie próby" vertex="1">
          <mxGeometry height="30" width="95" x="555" y="160" as="geometry" />
        </mxCell>
        <mxCell id="zzqq1YDTvUKB0URQ00NY-128" edge="1" parent="1" source="zzqq1YDTvUKB0URQ00NY-47" style="edgeStyle=orthogonalEdgeStyle;rounded=0;orthogonalLoop=1;jettySize=auto;html=1;entryX=0.5;entryY=0;entryDx=0;entryDy=0;" target="zzqq1YDTvUKB0URQ00NY-65">
          <mxGeometry relative="1" as="geometry" />
        </mxCell>
        <mxCell id="zzqq1YDTvUKB0URQ00NY-129" edge="1" parent="1" source="zzqq1YDTvUKB0URQ00NY-96" style="edgeStyle=orthogonalEdgeStyle;rounded=0;orthogonalLoop=1;jettySize=auto;html=1;" target="zzqq1YDTvUKB0URQ00NY-82" value="">
          <mxGeometry relative="1" as="geometry" />
        </mxCell>
        <mxCell id="zzqq1YDTvUKB0URQ00NY-73" parent="1" style="rounded=1;whiteSpace=wrap;html=1;fillColor=none;" value="" vertex="1">
          <mxGeometry height="100" width="370" x="680" y="560" as="geometry" />
        </mxCell>
        <mxCell id="zzqq1YDTvUKB0URQ00NY-133" connectable="0" parent="1" style="group" value="" vertex="1">
          <mxGeometry height="95" width="501.9999999999999" x="659.0021739130435" y="560" as="geometry" />
        </mxCell>
        <mxCell id="zzqq1YDTvUKB0URQ00NY-74" connectable="0" parent="zzqq1YDTvUKB0URQ00NY-133" style="group" value="" vertex="1">
          <mxGeometry height="95" width="470" x="32" as="geometry" />
        </mxCell>
        <mxCell id="zzqq1YDTvUKB0URQ00NY-75" parent="zzqq1YDTvUKB0URQ00NY-74" style="html=1;shadow=0;dashed=0;align=center;verticalAlign=middle;shape=mxgraph.arrows2.arrow;dy=0;dx=10;notch=10;" value="" vertex="1">
          <mxGeometry height="60" width="117.17391304347828" y="30" as="geometry" />
        </mxCell>
        <mxCell id="zzqq1YDTvUKB0URQ00NY-76" parent="zzqq1YDTvUKB0URQ00NY-74" style="text;whiteSpace=wrap;html=1;" value="&lt;div style=&quot;font-size: 12.000001px; text-align: center;&quot;&gt;&lt;span style=&quot;text-wrap-mode: nowrap;&quot;&gt;&lt;font style=&quot;font-size: 11px;&quot;&gt;&lt;br&gt;&lt;/font&gt;&lt;/span&gt;&lt;/div&gt;&lt;div style=&quot;font-size: 12.000001px; text-align: center;&quot;&gt;&lt;span style=&quot;text-wrap-mode: nowrap;&quot;&gt;&lt;font style=&quot;font-size: 11px;&quot;&gt;ustawienie&amp;nbsp;&lt;/font&gt;&lt;/span&gt;&lt;/div&gt;&lt;div style=&quot;font-size: 12.000001px; text-align: center;&quot;&gt;&lt;span style=&quot;text-wrap-mode: nowrap;&quot;&gt;&lt;font style=&quot;font-size: 11px;&quot;&gt;pinów&lt;/font&gt;&lt;/span&gt;&lt;/div&gt;&lt;div style=&quot;font-size: 12.000001px; text-align: center;&quot;&gt;&lt;span style=&quot;text-wrap-mode: nowrap;&quot;&gt;&lt;font style=&quot;font-size: 11px;&quot;&gt;&amp;nbsp;sterujących&amp;nbsp;&lt;/font&gt;&lt;/span&gt;&lt;/div&gt;&lt;div style=&quot;font-size: 12.000001px; text-align: center;&quot;&gt;&lt;span style=&quot;font-size: 11px; text-wrap-mode: nowrap;&quot;&gt;ESP32 -&amp;gt; A7670&lt;/span&gt;&lt;/div&gt;&lt;div&gt;&lt;span style=&quot;font-size: 11px; text-wrap-mode: nowrap;&quot;&gt;&lt;br&gt;&lt;/span&gt;&lt;/div&gt;" vertex="1">
          <mxGeometry height="80" width="97.17" x="20" y="10" as="geometry" />
        </mxCell>
        <mxCell id="zzqq1YDTvUKB0URQ00NY-77" parent="zzqq1YDTvUKB0URQ00NY-74" style="html=1;shadow=0;dashed=0;align=center;verticalAlign=middle;shape=mxgraph.arrows2.arrow;dy=0;dx=10;notch=10;" value="" vertex="1">
          <mxGeometry height="60" width="117.17391304347828" x="117.17391304347828" y="30" as="geometry" />
        </mxCell>
        <mxCell id="zzqq1YDTvUKB0URQ00NY-78" parent="zzqq1YDTvUKB0URQ00NY-74" style="text;whiteSpace=wrap;html=1;align=center;" value="&lt;div style=&quot;&quot;&gt;&lt;span style=&quot;caret-color: rgb(0, 0, 0); text-wrap-mode: nowrap;&quot;&gt;&lt;font style=&quot;font-size: 11px;&quot;&gt;wyłączenie&lt;/font&gt;&lt;/span&gt;&lt;/div&gt;&lt;div style=&quot;&quot;&gt;&lt;span style=&quot;caret-color: rgb(0, 0, 0); text-wrap-mode: nowrap;&quot;&gt;&lt;font style=&quot;font-size: 11px;&quot;&gt;funkcyjne&lt;/font&gt;&lt;/span&gt;&lt;/div&gt;&lt;div style=&quot;&quot;&gt;&lt;font style=&quot;font-size: 9px;&quot;&gt;&lt;span style=&quot;text-wrap-mode: nowrap;&quot;&gt;(wyłączenie&amp;nbsp;&lt;/span&gt;&lt;span style=&quot;white-space: nowrap;&quot;&gt;przez&amp;nbsp;&lt;/span&gt;&lt;/font&gt;&lt;/div&gt;&lt;div style=&quot;&quot;&gt;&lt;span style=&quot;white-space: nowrap;&quot;&gt;&lt;font style=&quot;font-size: 9px;&quot;&gt;&lt;font&gt;PWRKEY&lt;/font&gt;&lt;font&gt; przy awarii)&amp;nbsp;&lt;/font&gt;&lt;/font&gt;&lt;/span&gt;&lt;/div&gt;" vertex="1">
          <mxGeometry height="70" width="120" x="120" y="25" as="geometry" />
        </mxCell>
        <mxCell id="zzqq1YDTvUKB0URQ00NY-79" parent="zzqq1YDTvUKB0URQ00NY-74" style="html=1;shadow=0;dashed=0;align=center;verticalAlign=middle;shape=mxgraph.arrows2.arrow;dy=0;dx=8.34;notch=10;" value="" vertex="1">
          <mxGeometry height="60" width="117.17391304347828" x="234.34782608695656" y="30" as="geometry" />
        </mxCell>
        <mxCell id="zzqq1YDTvUKB0URQ00NY-80" parent="zzqq1YDTvUKB0URQ00NY-74" style="text;whiteSpace=wrap;html=1;align=center;fontSize=11;" value="&lt;span style=&quot;text-wrap-mode: nowrap;&quot;&gt;&lt;font&gt;test komunikacji&amp;nbsp;&lt;/font&gt;&lt;/span&gt;&lt;span style=&quot;white-space: nowrap;&quot;&gt;AT&lt;/span&gt;&lt;div&gt;&lt;font style=&quot;font-size: 9px;&quot;&gt;&lt;span style=&quot;white-space: nowrap;&quot;&gt;(wyłączenie&amp;nbsp;&lt;/span&gt;&lt;span style=&quot;white-space: nowrap;&quot;&gt;przez&amp;nbsp;&lt;/span&gt;&lt;/font&gt;&lt;/div&gt;&lt;div&gt;&lt;span style=&quot;white-space: nowrap;&quot;&gt;&lt;font style=&quot;font-size: 9px;&quot;&gt;&lt;font&gt;PWRKEY&lt;/font&gt;&lt;font&gt;&amp;nbsp;&lt;/font&gt;&lt;/font&gt;&lt;/span&gt;&lt;/div&gt;&lt;div&gt;&lt;span style=&quot;white-space: nowrap;&quot;&gt;&lt;font&gt;&lt;font style=&quot;font-size: 9px;&quot;&gt;przy awarii)&amp;nbsp;&lt;/font&gt;&lt;/font&gt;&lt;/span&gt;&lt;/div&gt;" vertex="1">
          <mxGeometry height="60" width="110" x="240" y="30" as="geometry" />
        </mxCell>
        <mxCell id="zzqq1YDTvUKB0URQ00NY-82" parent="zzqq1YDTvUKB0URQ00NY-133" style="text;whiteSpace=wrap;html=1;align=center;" value="&lt;div style=&quot;&quot;&gt;&lt;span style=&quot;&quot;&gt;&lt;b&gt;&lt;font style=&quot;font-size: 15px;&quot;&gt;Wyłączenie modemu&lt;/font&gt;&lt;/b&gt;&lt;/span&gt;&lt;br&gt;&lt;/div&gt;" vertex="1">
          <mxGeometry height="50" width="470" as="geometry" />
        </mxCell>
        <mxCell id="zzqq1YDTvUKB0URQ00NY-136" connectable="0" parent="1" style="group" value="" vertex="1">
          <mxGeometry height="95" width="501.9999999999999" x="1360" y="310" as="geometry" />
        </mxCell>
        <mxCell id="zzqq1YDTvUKB0URQ00NY-137" connectable="0" parent="zzqq1YDTvUKB0URQ00NY-136" style="group" value="" vertex="1">
          <mxGeometry height="95" width="470" x="32" as="geometry" />
        </mxCell>
        <mxCell id="zzqq1YDTvUKB0URQ00NY-138" parent="zzqq1YDTvUKB0URQ00NY-137" style="html=1;shadow=0;dashed=0;align=center;verticalAlign=middle;shape=mxgraph.arrows2.arrow;dy=0;dx=10;notch=10;" value="" vertex="1">
          <mxGeometry height="60" width="117.17391304347828" y="30" as="geometry" />
        </mxCell>
        <mxCell id="zzqq1YDTvUKB0URQ00NY-139" parent="zzqq1YDTvUKB0URQ00NY-137" style="text;whiteSpace=wrap;html=1;" value="&lt;div style=&quot;font-size: 12.000001px; text-align: center;&quot;&gt;&lt;span style=&quot;text-wrap-mode: nowrap;&quot;&gt;&lt;font style=&quot;font-size: 11px;&quot;&gt;&lt;br&gt;&lt;/font&gt;&lt;/span&gt;&lt;/div&gt;&lt;div style=&quot;font-size: 12.000001px; text-align: center;&quot;&gt;&lt;span style=&quot;text-wrap-mode: nowrap;&quot;&gt;&lt;font style=&quot;font-size: 11px;&quot;&gt;ustawienie&amp;nbsp;&lt;/font&gt;&lt;/span&gt;&lt;/div&gt;&lt;div style=&quot;font-size: 12.000001px; text-align: center;&quot;&gt;&lt;span style=&quot;text-wrap-mode: nowrap;&quot;&gt;&lt;font style=&quot;font-size: 11px;&quot;&gt;pinów&lt;/font&gt;&lt;/span&gt;&lt;/div&gt;&lt;div style=&quot;font-size: 12.000001px; text-align: center;&quot;&gt;&lt;span style=&quot;text-wrap-mode: nowrap;&quot;&gt;&lt;font style=&quot;font-size: 11px;&quot;&gt;&amp;nbsp;sterujących&amp;nbsp;&lt;/font&gt;&lt;/span&gt;&lt;/div&gt;&lt;div style=&quot;font-size: 12.000001px; text-align: center;&quot;&gt;&lt;span style=&quot;font-size: 11px; text-wrap-mode: nowrap;&quot;&gt;ESP32 -&amp;gt; A7670&lt;/span&gt;&lt;/div&gt;&lt;div&gt;&lt;span style=&quot;font-size: 11px; text-wrap-mode: nowrap;&quot;&gt;&lt;br&gt;&lt;/span&gt;&lt;/div&gt;" vertex="1">
          <mxGeometry height="80" width="97.17" x="20" y="10" as="geometry" />
        </mxCell>
        <mxCell id="zzqq1YDTvUKB0URQ00NY-140" parent="zzqq1YDTvUKB0URQ00NY-137" style="html=1;shadow=0;dashed=0;align=center;verticalAlign=middle;shape=mxgraph.arrows2.arrow;dy=0;dx=10;notch=10;" value="" vertex="1">
          <mxGeometry height="60" width="117.17391304347828" x="117.17391304347828" y="30" as="geometry" />
        </mxCell>
        <mxCell id="zzqq1YDTvUKB0URQ00NY-141" parent="zzqq1YDTvUKB0URQ00NY-137" style="text;whiteSpace=wrap;html=1;align=center;" value="&lt;div style=&quot;&quot;&gt;&lt;span style=&quot;caret-color: rgb(0, 0, 0); text-wrap-mode: nowrap;&quot;&gt;&lt;font style=&quot;font-size: 11px;&quot;&gt;wyłączenie&lt;/font&gt;&lt;/span&gt;&lt;/div&gt;&lt;div style=&quot;&quot;&gt;&lt;span style=&quot;caret-color: rgb(0, 0, 0); text-wrap-mode: nowrap;&quot;&gt;&lt;font style=&quot;font-size: 11px;&quot;&gt;funkcyjne&lt;/font&gt;&lt;/span&gt;&lt;/div&gt;&lt;div style=&quot;&quot;&gt;&lt;font style=&quot;font-size: 9px;&quot;&gt;&lt;span style=&quot;text-wrap-mode: nowrap;&quot;&gt;(wyłączenie&amp;nbsp;&lt;/span&gt;&lt;span style=&quot;white-space: nowrap;&quot;&gt;przez&amp;nbsp;&lt;/span&gt;&lt;/font&gt;&lt;/div&gt;&lt;div style=&quot;&quot;&gt;&lt;span style=&quot;white-space: nowrap;&quot;&gt;&lt;font style=&quot;font-size: 9px;&quot;&gt;&lt;font&gt;PWRKEY&lt;/font&gt;&lt;font&gt; przy awarii)&amp;nbsp;&lt;/font&gt;&lt;/font&gt;&lt;/span&gt;&lt;/div&gt;" vertex="1">
          <mxGeometry height="70" width="120" x="120" y="25" as="geometry" />
        </mxCell>
        <mxCell id="zzqq1YDTvUKB0URQ00NY-142" parent="zzqq1YDTvUKB0URQ00NY-137" style="html=1;shadow=0;dashed=0;align=center;verticalAlign=middle;shape=mxgraph.arrows2.arrow;dy=0;dx=8.34;notch=10;" value="" vertex="1">
          <mxGeometry height="60" width="117.17391304347828" x="234.34782608695656" y="30" as="geometry" />
        </mxCell>
        <mxCell id="zzqq1YDTvUKB0URQ00NY-143" parent="zzqq1YDTvUKB0URQ00NY-137" style="text;whiteSpace=wrap;html=1;align=center;fontSize=11;" value="&lt;span style=&quot;text-wrap-mode: nowrap;&quot;&gt;&lt;font&gt;test komunikacji&amp;nbsp;&lt;/font&gt;&lt;/span&gt;&lt;span style=&quot;white-space: nowrap;&quot;&gt;AT&lt;/span&gt;&lt;div&gt;&lt;font style=&quot;font-size: 9px;&quot;&gt;&lt;span style=&quot;white-space: nowrap;&quot;&gt;(wyłączenie&amp;nbsp;&lt;/span&gt;&lt;span style=&quot;white-space: nowrap;&quot;&gt;przez&amp;nbsp;&lt;/span&gt;&lt;/font&gt;&lt;/div&gt;&lt;div&gt;&lt;span style=&quot;white-space: nowrap;&quot;&gt;&lt;font style=&quot;font-size: 9px;&quot;&gt;&lt;font&gt;PWRKEY&lt;/font&gt;&lt;font&gt;&amp;nbsp;&lt;/font&gt;&lt;/font&gt;&lt;/span&gt;&lt;/div&gt;&lt;div&gt;&lt;span style=&quot;white-space: nowrap;&quot;&gt;&lt;font&gt;&lt;font style=&quot;font-size: 9px;&quot;&gt;przy awarii)&amp;nbsp;&lt;/font&gt;&lt;/font&gt;&lt;/span&gt;&lt;/div&gt;" vertex="1">
          <mxGeometry height="60" width="110" x="240" y="30" as="geometry" />
        </mxCell>
        <mxCell id="zzqq1YDTvUKB0URQ00NY-144" parent="zzqq1YDTvUKB0URQ00NY-136" style="text;whiteSpace=wrap;html=1;align=center;" value="&lt;div style=&quot;&quot;&gt;&lt;span style=&quot;&quot;&gt;&lt;b&gt;&lt;font style=&quot;font-size: 15px;&quot;&gt;Wyłączenie modemu&lt;/font&gt;&lt;/b&gt;&lt;/span&gt;&lt;br&gt;&lt;/div&gt;" vertex="1">
          <mxGeometry height="50" width="470" as="geometry" />
        </mxCell>
      </root>
    </mxGraphModel>
  </diagram>
</mxfile>
